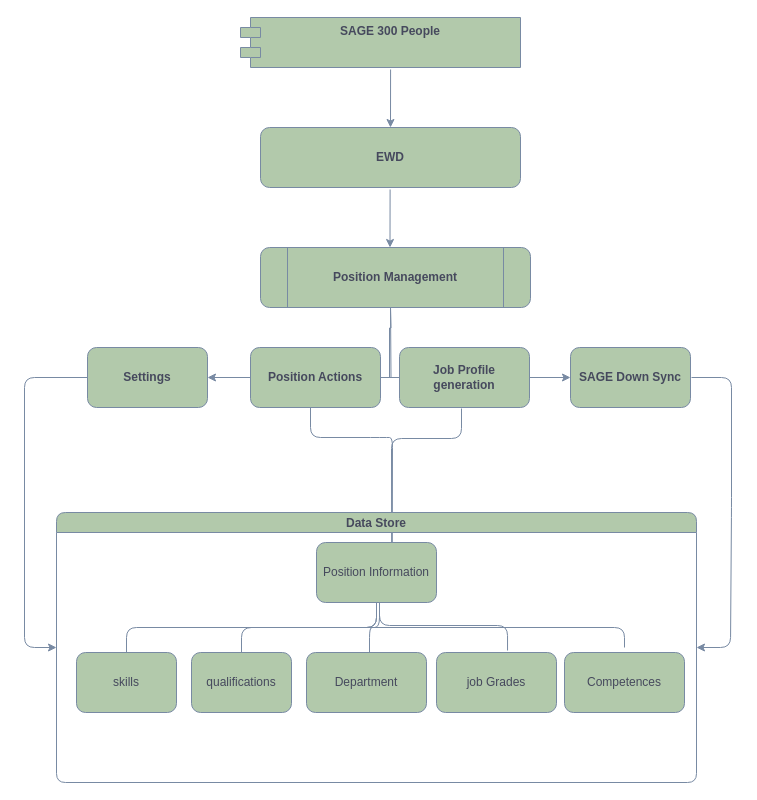
Above: Position Management Diagram.drawio in nyashaChiza/design (draw.io), before the change. Source tidied: cells renumbered, new cells numbered last; positions are measured from the earlier drawing's top-left corner, leaving out a move shared by most shapes. Both pictures are drawn from the tidied source at 100%, with x=0, y=0 at pixel (24, 17).
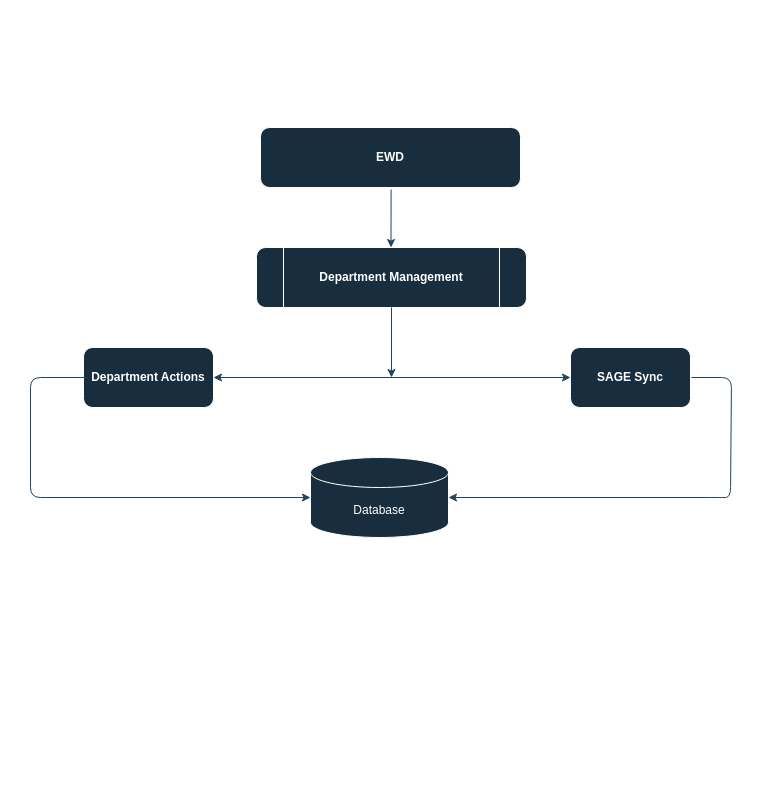
After the change.

The edit, as a diff of the source:
```diff
@@
-    <mxCell id="2" value="SAGE 300 People" style="shape=module;align=left;spacingLeft=20;align=center;verticalAlign=top;fontStyle=1;labelBackgroundColor=none;fillColor=#B2C9AB;strokeColor=#788AA3;fontColor=#46495D;rounded=1;" parent="1" vertex="1">
-      <mxGeometry x="216" width="280" height="50" as="geometry" />
-    </mxCell>
-    <mxCell id="3" value="&lt;b&gt;EWD&lt;/b&gt;" style="rounded=1;whiteSpace=wrap;html=1;labelBackgroundColor=none;fillColor=#B2C9AB;strokeColor=#788AA3;fontColor=#46495D;" parent="1" vertex="1">
+    <mxCell id="3" value="&lt;b&gt;EWD&lt;/b&gt;" style="rounded=1;whiteSpace=wrap;html=1;labelBackgroundColor=none;fillColor=#182E3E;strokeColor=#FFFFFF;fontColor=#FFFFFF;" parent="1" vertex="1">
       <mxGeometry x="236" y="110" width="260" height="60" as="geometry" />
     </mxCell>
-    <mxCell id="4" value="&lt;b&gt;Position Management&lt;/b&gt;" style="shape=process;whiteSpace=wrap;html=1;backgroundOutline=1;labelBackgroundColor=none;fillColor=#B2C9AB;strokeColor=#788AA3;fontColor=#46495D;rounded=1;" parent="1" vertex="1">
-      <mxGeometry x="236" y="230" width="270" height="60" as="geometry" />
+    <mxCell id="4" value="&lt;b&gt;Department Management&lt;/b&gt;" style="shape=process;whiteSpace=wrap;html=1;backgroundOutline=1;labelBackgroundColor=none;fillColor=#182E3E;strokeColor=#FFFFFF;fontColor=#FFFFFF;rounded=1;" parent="1" vertex="1">
+      <mxGeometry x="232" y="230" width="270" height="60" as="geometry" />
     </mxCell>
-    <mxCell id="5" style="endArrow=classic;html=1;rounded=1;entryX=0.5;entryY=0;entryDx=0;entryDy=0;exitX=0.536;exitY=1.04;exitDx=0;exitDy=0;exitPerimeter=0;labelBackgroundColor=none;strokeColor=#788AA3;fontColor=default;" parent="1" edge="1" source="2" target="3">
-      <mxGeometry relative="1" as="geometry" />
-    </mxCell>
-    <mxCell id="6" style="endArrow=classic;html=1;rounded=1;entryX=0.5;entryY=0;entryDx=0;entryDy=0;exitX=0.536;exitY=1.04;exitDx=0;exitDy=0;exitPerimeter=0;labelBackgroundColor=none;strokeColor=#788AA3;fontColor=default;" parent="1" edge="1">
+    <mxCell id="6" style="endArrow=classic;html=1;rounded=1;entryX=0.5;entryY=0;entryDx=0;entryDy=0;exitX=0.536;exitY=1.04;exitDx=0;exitDy=0;exitPerimeter=0;labelBackgroundColor=none;strokeColor=#23445D;fontColor=default;" parent="1" edge="1">
       <mxGeometry relative="1" as="geometry">
-        <mxPoint x="365.6" y="172" as="sourcePoint" />
-        <mxPoint x="365.5" y="230" as="targetPoint" />
+        <mxPoint x="366.6" y="172" as="sourcePoint" />
+        <mxPoint x="366.5" y="230" as="targetPoint" />
       </mxGeometry>
     </mxCell>
-    <mxCell id="7" style="edgeStyle=orthogonalEdgeStyle;sourcePerimeterSpacing=0;targetPerimeterSpacing=0;startArrow=none;endArrow=none;rounded=1;targetPortConstraint=eastwest;sourcePortConstraint=northsouth;curved=0;rounded=0;labelBackgroundColor=none;strokeColor=#788AA3;fontColor=default;" parent="1" edge="1" target="10">
-      <mxGeometry relative="1" as="geometry">
-        <mxPoint x="366" y="290" as="sourcePoint" />
-      </mxGeometry>
-    </mxCell>
-    <mxCell id="8" style="edgeStyle=orthogonalEdgeStyle;sourcePerimeterSpacing=0;targetPerimeterSpacing=0;startArrow=none;endArrow=none;rounded=1;targetPortConstraint=eastwest;sourcePortConstraint=northsouth;curved=0;rounded=0;labelBackgroundColor=none;strokeColor=#788AA3;fontColor=default;" parent="1" edge="1" target="12">
-      <mxGeometry relative="1" as="geometry">
-        <mxPoint x="366" y="290" as="sourcePoint" />
-      </mxGeometry>
-    </mxCell>
-    <mxCell id="9" style="edgeStyle=orthogonalEdgeStyle;rounded=1;jettySize=auto;html=1;labelBackgroundColor=none;strokeColor=#788AA3;fontColor=default;" parent="1" edge="1" source="10" target="14">
-      <mxGeometry relative="1" as="geometry" />
-    </mxCell>
-    <mxCell id="10" value="&lt;b&gt;Position Actions&lt;/b&gt;" style="whiteSpace=wrap;html=1;align=center;verticalAlign=middle;labelBackgroundColor=none;fillColor=#B2C9AB;strokeColor=#788AA3;fontColor=#46495D;rounded=1;" parent="1" vertex="1">
-      <mxGeometry x="226" y="330" width="130" height="60" as="geometry" />
+    <mxCell id="10" value="&lt;b&gt;Department Actions&lt;/b&gt;" style="whiteSpace=wrap;html=1;align=center;verticalAlign=middle;labelBackgroundColor=none;fillColor=#182E3E;strokeColor=#FFFFFF;fontColor=#FFFFFF;rounded=1;" parent="1" vertex="1">
+      <mxGeometry x="59" y="330" width="130" height="60" as="geometry" />
     </mxCell>
-    <mxCell id="11" style="edgeStyle=orthogonalEdgeStyle;rounded=1;jettySize=auto;html=1;labelBackgroundColor=none;strokeColor=#788AA3;fontColor=default;" parent="1" edge="1" source="12" target="13">
-      <mxGeometry relative="1" as="geometry" />
-    </mxCell>
-    <mxCell id="12" value="&lt;b&gt;Job Profile&lt;br&gt;generation&lt;/b&gt;" style="whiteSpace=wrap;html=1;align=center;verticalAlign=middle;labelBackgroundColor=none;fillColor=#B2C9AB;strokeColor=#788AA3;fontColor=#46495D;rounded=1;" parent="1" vertex="1">
-      <mxGeometry x="375" y="330" width="130" height="60" as="geometry" />
-    </mxCell>
-    <mxCell id="13" value="&lt;b&gt;SAGE Down Sync&lt;/b&gt;" style="whiteSpace=wrap;html=1;labelBackgroundColor=none;fillColor=#B2C9AB;strokeColor=#788AA3;fontColor=#46495D;rounded=1;" parent="1" vertex="1">
+    <mxCell id="13" value="&lt;b&gt;SAGE Sync&lt;/b&gt;" style="whiteSpace=wrap;html=1;labelBackgroundColor=none;fillColor=#182E3E;strokeColor=#FFFFFF;fontColor=#FFFFFF;rounded=1;" parent="1" vertex="1">
       <mxGeometry x="546" y="330" width="120" height="60" as="geometry" />
     </mxCell>
-    <mxCell id="14" value="&lt;b&gt;Settings&lt;/b&gt;" style="whiteSpace=wrap;html=1;labelBackgroundColor=none;fillColor=#B2C9AB;strokeColor=#788AA3;fontColor=#46495D;rounded=1;" parent="1" vertex="1">
-      <mxGeometry x="63" y="330" width="120" height="60" as="geometry" />
-    </mxCell>
-    <mxCell id="15" style="endArrow=classic;html=1;rounded=1;exitX=0;exitY=0.5;exitDx=0;exitDy=0;entryX=0;entryY=0.5;entryDx=0;entryDy=0;labelBackgroundColor=none;strokeColor=#788AA3;fontColor=default;" parent="1" edge="1" source="14" target="19">
+    <mxCell id="15" style="endArrow=classic;html=1;rounded=1;exitX=0;exitY=0.5;exitDx=0;exitDy=0;labelBackgroundColor=none;strokeColor=#23445D;fontColor=default;entryX=0;entryY=0.5;entryDx=0;entryDy=0;entryPerimeter=0;" parent="1" edge="1" target="31">
       <mxGeometry relative="1" as="geometry">
+        <mxPoint x="63" y="360" as="sourcePoint" />
         <Array as="points">
-          <mxPoint y="360" />
-          <mxPoint y="630" />
+          <mxPoint x="6" y="360" />
+          <mxPoint x="6" y="480" />
         </Array>
       </mxGeometry>
     </mxCell>
-    <mxCell id="16" style="endArrow=classic;html=1;rounded=1;entryX=0.523;entryY=-0.019;entryDx=0;entryDy=0;entryPerimeter=0;labelBackgroundColor=none;strokeColor=#788AA3;fontColor=default;" parent="1" edge="1">
-      <mxGeometry relative="1" as="geometry">
-        <mxPoint x="286" y="390" as="sourcePoint" />
-        <mxPoint x="367.7" y="579.9" as="targetPoint" />
-        <Array as="points">
-          <mxPoint x="286" y="420" />
-          <mxPoint x="356" y="420" />
-          <mxPoint x="368" y="420" />
-        </Array>
-      </mxGeometry>
-    </mxCell>
-    <mxCell id="17" style="endArrow=classic;html=1;rounded=1;entryX=0.52;entryY=-0.005;entryDx=0;entryDy=0;entryPerimeter=0;labelBackgroundColor=none;strokeColor=#788AA3;fontColor=default;" parent="1" edge="1">
-      <mxGeometry relative="1" as="geometry">
-        <mxPoint x="437" y="391" as="sourcePoint" />
-        <mxPoint x="367.2" y="579.9" as="targetPoint" />
-        <Array as="points">
-          <mxPoint x="437" y="421" />
-          <mxPoint x="367" y="421" />
-        </Array>
-      </mxGeometry>
-    </mxCell>
-    <mxCell id="18" style="endArrow=classic;html=1;rounded=1;exitX=1;exitY=0.5;exitDx=0;exitDy=0;entryX=1;entryY=0.5;entryDx=0;entryDy=0;labelBackgroundColor=none;strokeColor=#788AA3;fontColor=default;" parent="1" edge="1" target="19">
+    <mxCell id="18" style="endArrow=classic;html=1;rounded=1;exitX=1;exitY=0.5;exitDx=0;exitDy=0;entryX=1;entryY=0.5;entryDx=0;entryDy=0;labelBackgroundColor=none;strokeColor=#23445D;fontColor=default;entryPerimeter=0;" parent="1" edge="1" target="31">
       <mxGeometry relative="1" as="geometry">
         <mxPoint x="667" y="360" as="sourcePoint" />
         <Array as="points">
           <mxPoint x="707" y="360" />
-          <mxPoint x="707" y="490" />
-          <mxPoint x="706" y="630" />
+          <mxPoint x="706" y="480" />
+          <mxPoint x="696" y="480" />
         </Array>
       </mxGeometry>
     </mxCell>
-    <mxCell id="19" value="Data Store" style="swimlane;startSize=20;horizontal=1;containerType=tree;newEdgeStyle={&quot;edgeStyle&quot;:&quot;elbowEdgeStyle&quot;,&quot;startArrow&quot;:&quot;none&quot;,&quot;endArrow&quot;:&quot;none&quot;};labelBackgroundColor=none;fillColor=#B2C9AB;strokeColor=#788AA3;fontColor=#46495D;rounded=1;" parent="1" vertex="1">
-      <mxGeometry x="32" y="495" width="640" height="270" as="geometry" />
-    </mxCell>
-    <mxCell id="20" style="edgeStyle=elbowEdgeStyle;elbow=vertical;sourcePerimeterSpacing=0;targetPerimeterSpacing=0;startArrow=none;endArrow=none;rounded=1;curved=0;labelBackgroundColor=none;strokeColor=#788AA3;fontColor=default;" parent="19" edge="1" source="22" target="23">
-      <mxGeometry relative="1" as="geometry" />
-    </mxCell>
-    <mxCell id="21" style="edgeStyle=elbowEdgeStyle;elbow=vertical;sourcePerimeterSpacing=0;targetPerimeterSpacing=0;startArrow=none;endArrow=none;rounded=1;curved=0;labelBackgroundColor=none;strokeColor=#788AA3;fontColor=default;" parent="19" edge="1" source="22" target="24">
-      <mxGeometry relative="1" as="geometry" />
-    </mxCell>
-    <mxCell id="22" value="Position Information" style="whiteSpace=wrap;html=1;align=center;newEdgeStyle={&quot;edgeStyle&quot;:&quot;elbowEdgeStyle&quot;,&quot;startArrow&quot;:&quot;none&quot;,&quot;endArrow&quot;:&quot;none&quot;};labelBackgroundColor=none;fillColor=#B2C9AB;strokeColor=#788AA3;fontColor=#46495D;rounded=1;" parent="19" vertex="1">
-      <mxGeometry x="260" y="30" width="120" height="60" as="geometry" />
-    </mxCell>
-    <mxCell id="23" value="skills" style="whiteSpace=wrap;html=1;align=center;verticalAlign=middle;newEdgeStyle={&quot;edgeStyle&quot;:&quot;elbowEdgeStyle&quot;,&quot;startArrow&quot;:&quot;none&quot;,&quot;endArrow&quot;:&quot;none&quot;};labelBackgroundColor=none;fillColor=#B2C9AB;strokeColor=#788AA3;fontColor=#46495D;rounded=1;" parent="19" vertex="1">
-      <mxGeometry x="20" y="140" width="100" height="60" as="geometry" />
-    </mxCell>
-    <mxCell id="24" value="qualifications" style="whiteSpace=wrap;html=1;align=center;verticalAlign=middle;newEdgeStyle={&quot;edgeStyle&quot;:&quot;elbowEdgeStyle&quot;,&quot;startArrow&quot;:&quot;none&quot;,&quot;endArrow&quot;:&quot;none&quot;};labelBackgroundColor=none;fillColor=#B2C9AB;strokeColor=#788AA3;fontColor=#46495D;rounded=1;" parent="19" vertex="1">
-      <mxGeometry x="135" y="140" width="100" height="60" as="geometry" />
-    </mxCell>
-    <mxCell id="25" style="edgeStyle=elbowEdgeStyle;rounded=1;jettySize=auto;html=1;elbow=vertical;startArrow=none;endArrow=none;entryX=0.592;entryY=-0.033;entryDx=0;entryDy=0;entryPerimeter=0;labelBackgroundColor=none;strokeColor=#788AA3;fontColor=default;" parent="19" edge="1" target="26">
-      <mxGeometry relative="1" as="geometry">
-        <mxPoint x="323" y="90" as="sourcePoint" />
-        <Array as="points">
-          <mxPoint x="383" y="113" />
-        </Array>
-      </mxGeometry>
-    </mxCell>
-    <mxCell id="26" value="job Grades" style="whiteSpace=wrap;html=1;align=center;newEdgeStyle={&quot;edgeStyle&quot;:&quot;elbowEdgeStyle&quot;,&quot;startArrow&quot;:&quot;none&quot;,&quot;endArrow&quot;:&quot;none&quot;};labelBackgroundColor=none;fillColor=#B2C9AB;strokeColor=#788AA3;fontColor=#46495D;rounded=1;" parent="19" vertex="1">
-      <mxGeometry x="380" y="140" width="120" height="60" as="geometry" />
-    </mxCell>
-    <mxCell id="27" style="edgeStyle=elbowEdgeStyle;rounded=1;orthogonalLoop=1;jettySize=auto;html=1;elbow=vertical;startArrow=none;endArrow=none;labelBackgroundColor=none;strokeColor=#788AA3;fontColor=default;" parent="19" edge="1">
-      <mxGeometry relative="1" as="geometry">
-        <mxPoint x="323" y="90" as="sourcePoint" />
-        <mxPoint x="313" y="140" as="targetPoint" />
-      </mxGeometry>
-    </mxCell>
-    <mxCell id="28" value="Department" style="whiteSpace=wrap;html=1;align=center;newEdgeStyle={&quot;edgeStyle&quot;:&quot;elbowEdgeStyle&quot;,&quot;startArrow&quot;:&quot;none&quot;,&quot;endArrow&quot;:&quot;none&quot;};labelBackgroundColor=none;fillColor=#B2C9AB;strokeColor=#788AA3;fontColor=#46495D;rounded=1;" parent="19" vertex="1">
-      <mxGeometry x="250" y="140" width="120" height="60" as="geometry" />
-    </mxCell>
-    <mxCell id="29" style="edgeStyle=elbowEdgeStyle;rounded=1;orthogonalLoop=1;jettySize=auto;html=1;elbow=horizontal;startArrow=none;endArrow=none;labelBackgroundColor=none;strokeColor=#788AA3;fontColor=default;" parent="19" edge="1">
-      <mxGeometry relative="1" as="geometry">
-        <mxPoint x="265" y="115" as="sourcePoint" />
-        <mxPoint x="568" y="135" as="targetPoint" />
-        <Array as="points">
-          <mxPoint x="568" y="125" />
-          <mxPoint x="388" y="105" />
-          <mxPoint x="268" y="115" />
-          <mxPoint x="418" y="95" />
-          <mxPoint x="568" y="95" />
-          <mxPoint x="578" y="105" />
-        </Array>
-      </mxGeometry>
-    </mxCell>
-    <mxCell id="30" value="Competences" style="whiteSpace=wrap;html=1;align=center;newEdgeStyle={&quot;edgeStyle&quot;:&quot;elbowEdgeStyle&quot;,&quot;startArrow&quot;:&quot;none&quot;,&quot;endArrow&quot;:&quot;none&quot;};labelBackgroundColor=none;fillColor=#B2C9AB;strokeColor=#788AA3;fontColor=#46495D;rounded=1;" parent="19" vertex="1">
-      <mxGeometry x="508" y="140" width="120" height="60" as="geometry" />
-    </mxCell>
+    <mxCell id="31" value="Database" style="shape=cylinder3;whiteSpace=wrap;html=1;boundedLbl=1;backgroundOutline=1;size=15;labelBackgroundColor=none;fillColor=#182E3E;strokeColor=#FFFFFF;fontColor=#FFFFFF;" parent="1" vertex="1">
+      <mxGeometry x="286" y="440" width="138" height="80" as="geometry" />
+    </mxCell>
+    <mxCell id="32" style="endArrow=classic;startArrow=classic;html=1;rounded=0;strokeColor=#23445D;exitX=1;exitY=0.5;exitDx=0;exitDy=0;labelBackgroundColor=none;fontColor=default;" parent="1" edge="1" source="10" target="13">
+      <mxGeometry relative="1" as="geometry" />
+    </mxCell>
+    <mxCell id="33" style="endArrow=classic;html=1;rounded=0;strokeColor=#23445D;labelBackgroundColor=none;fontColor=default;" parent="1" edge="1">
+      <mxGeometry relative="1" as="geometry">
+        <mxPoint x="367" y="290" as="sourcePoint" />
+        <mxPoint x="367" y="360" as="targetPoint" />
+      </mxGeometry>
+    </mxCell>
```
